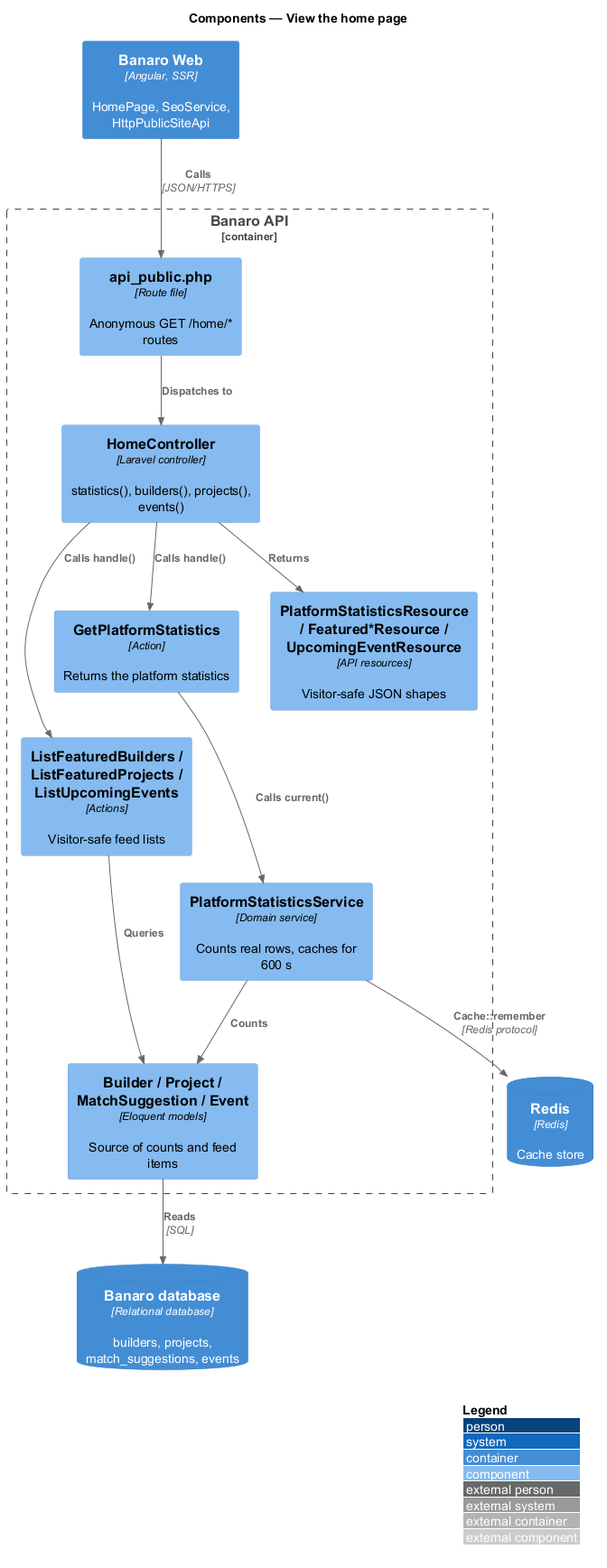
QuinntyneBrown/banaro keeps this PlantUML diagram as docs/detailed-designs/public-site/view-home-page/diagrams/c4-component.png. Above is the earlier version. Source of this version:
```plantuml
@startuml
!include <C4/C4_Component>
LAYOUT_WITH_LEGEND()
title Components — View the home page

Container(web, "Banaro Web", "Angular, SSR", "HomePage, SeoService, HttpPublicSiteApi")
ContainerDb(db, "Banaro database", "Relational database", "builders, projects, match_suggestions, events")
ContainerDb(redis, "Redis", "Redis", "Cache store")

Container_Boundary(api, "Banaro API") {
  Component(routes, "api_public.php", "Route file", "Anonymous GET /home/* routes")
  Component(ctrl, "HomeController", "Laravel controller", "statistics(), builders(), projects(), events()")
  Component(stats, "GetPlatformStatistics", "Action", "Returns the platform statistics")
  Component(feeds, "ListFeaturedBuilders / ListFeaturedProjects / ListUpcomingEvents", "Actions", "Visitor-safe feed lists")
  Component(svc, "PlatformStatisticsService", "Domain service", "Counts real rows, caches for 600 s")
  Component(models, "Builder / Project / MatchSuggestion / Event", "Eloquent models", "Source of counts and feed items")
  Component(res, "PlatformStatisticsResource / Featured*Resource / UpcomingEventResource", "API resources", "Visitor-safe JSON shapes")
}

Rel(web, routes, "Calls", "JSON/HTTPS")
Rel(routes, ctrl, "Dispatches to")
Rel(ctrl, stats, "Calls handle()")
Rel(ctrl, feeds, "Calls handle()")
Rel(ctrl, res, "Returns")
Rel(stats, svc, "Calls current()")
Rel(svc, redis, "Cache::remember", "Redis protocol")
Rel(svc, models, "Counts")
Rel(feeds, models, "Queries")
Rel(models, db, "Reads", "SQL")
@enduml
```
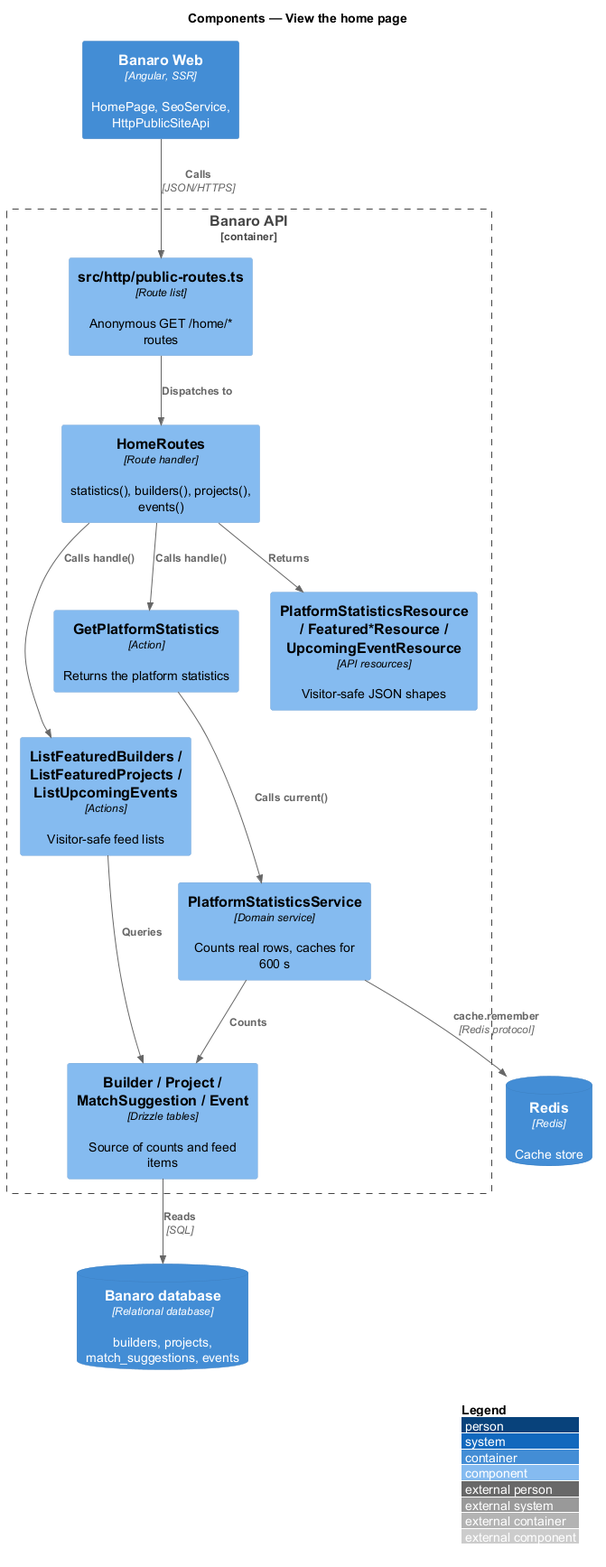
The same diagram one commit later.

The edit, as a diff of the source:
```diff
@@ -8,12 +8,12 @@
 ContainerDb(redis, "Redis", "Redis", "Cache store")
 
 Container_Boundary(api, "Banaro API") {
-  Component(routes, "api_public.php", "Route file", "Anonymous GET /home/* routes")
-  Component(ctrl, "HomeController", "Laravel controller", "statistics(), builders(), projects(), events()")
+  Component(routes, "src/http/public-routes.ts", "Route list", "Anonymous GET /home/* routes")
+  Component(ctrl, "HomeRoutes", "Route handler", "statistics(), builders(), projects(), events()")
   Component(stats, "GetPlatformStatistics", "Action", "Returns the platform statistics")
   Component(feeds, "ListFeaturedBuilders / ListFeaturedProjects / ListUpcomingEvents", "Actions", "Visitor-safe feed lists")
   Component(svc, "PlatformStatisticsService", "Domain service", "Counts real rows, caches for 600 s")
-  Component(models, "Builder / Project / MatchSuggestion / Event", "Eloquent models", "Source of counts and feed items")
+  Component(models, "Builder / Project / MatchSuggestion / Event", "Drizzle tables", "Source of counts and feed items")
   Component(res, "PlatformStatisticsResource / Featured*Resource / UpcomingEventResource", "API resources", "Visitor-safe JSON shapes")
 }
 
@@ -23,7 +23,7 @@
 Rel(ctrl, feeds, "Calls handle()")
 Rel(ctrl, res, "Returns")
 Rel(stats, svc, "Calls current()")
-Rel(svc, redis, "Cache::remember", "Redis protocol")
+Rel(svc, redis, "cache.remember", "Redis protocol")
 Rel(svc, models, "Counts")
 Rel(feeds, models, "Queries")
 Rel(models, db, "Reads", "SQL")
```
